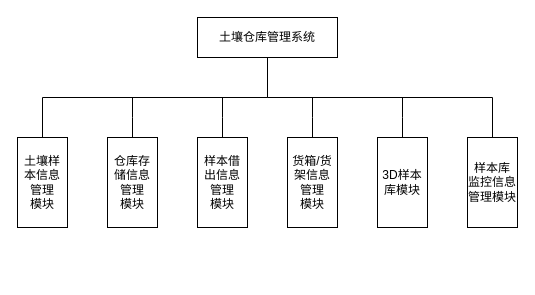
This is page "土壤样品库管理系统" (5 of 15) of DT-1.drawio from TeasusZt/DT-NEW, a draw.io file, before an edit. Source tidied: cells renumbered, new cells numbered last; positions are measured from the earlier drawing's top-left corner, leaving out a move shared by most shapes. Both pictures are drawn from the tidied source at 100%, with x=0, y=0 at pixel (17, 17).
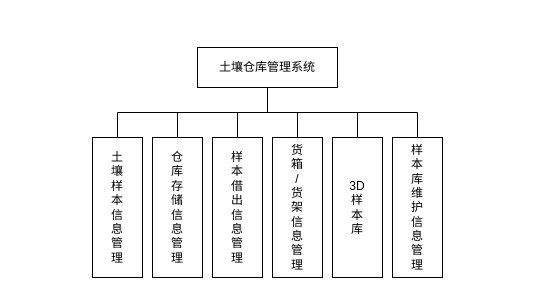
The same diagram, later.

What changed in the source:
```diff
@@
 <mxGraphModel>
   <root>
     <mxCell id="0" />
     <mxCell id="1" parent="0" />
-    <mxCell id="2" value="土壤样&lt;br&gt;本信息&lt;br&gt;管理&lt;br&gt;模块" style="rounded=0;whiteSpace=wrap;html=1;align=center;" parent="1" vertex="1">
-      <mxGeometry y="120" width="50" height="90" as="geometry" />
+    <mxCell id="2" value="土&lt;br&gt;壤&lt;br&gt;样&lt;br&gt;本&lt;br&gt;信&lt;br&gt;息&lt;br&gt;管&lt;br&gt;理" style="rounded=0;whiteSpace=wrap;html=1;align=center;" parent="1" vertex="1">
+      <mxGeometry x="75" y="120" width="50" height="140" as="geometry" />
     </mxCell>
-    <mxCell id="3" style="edgeStyle=orthogonalEdgeStyle;rounded=0;jettySize=auto;html=1;exitX=0.5;exitY=0;exitDx=0;exitDy=0;endArrow=none;endFill=0;" parent="1" edge="1" source="4">
-      <mxGeometry relative="1" as="geometry">
-        <mxPoint x="115" y="80" as="targetPoint" />
-      </mxGeometry>
-    </mxCell>
-    <mxCell id="4" value="仓库存&lt;br&gt;储信息&lt;br&gt;管理&lt;br&gt;模块" style="rounded=0;whiteSpace=wrap;html=1;align=center;" parent="1" vertex="1">
-      <mxGeometry x="90" y="120" width="50" height="90" as="geometry" />
+    <mxCell id="4" value="仓&lt;br&gt;库&lt;br&gt;存&lt;br&gt;储&lt;br&gt;信&lt;br&gt;息&lt;br&gt;管&lt;br&gt;理" style="rounded=0;whiteSpace=wrap;html=1;align=center;" parent="1" vertex="1">
+      <mxGeometry x="135" y="120" width="50" height="140" as="geometry" />
     </mxCell>
-    <mxCell id="5" style="edgeStyle=orthogonalEdgeStyle;rounded=0;jettySize=auto;html=1;exitX=0.5;exitY=0;exitDx=0;exitDy=0;endArrow=none;endFill=0;" parent="1" edge="1" source="6">
-      <mxGeometry relative="1" as="geometry">
-        <mxPoint x="205" y="80" as="targetPoint" />
-      </mxGeometry>
-    </mxCell>
-    <mxCell id="6" value="样本借&lt;br&gt;出信息&lt;br&gt;管理&lt;br&gt;模块" style="rounded=0;whiteSpace=wrap;html=1;align=center;" parent="1" vertex="1">
-      <mxGeometry x="180" y="120" width="50" height="90" as="geometry" />
+    <mxCell id="6" value="样&lt;br&gt;本&lt;br&gt;借&lt;br&gt;出&lt;br&gt;信&lt;br&gt;息&lt;br&gt;管&lt;br&gt;理" style="rounded=0;whiteSpace=wrap;html=1;align=center;" parent="1" vertex="1">
+      <mxGeometry x="195" y="120" width="50" height="140" as="geometry" />
     </mxCell>
-    <mxCell id="7" style="edgeStyle=orthogonalEdgeStyle;rounded=0;jettySize=auto;html=1;exitX=0.5;exitY=0;exitDx=0;exitDy=0;endArrow=none;endFill=0;" parent="1" edge="1" source="8">
-      <mxGeometry relative="1" as="geometry">
-        <mxPoint x="295" y="80" as="targetPoint" />
-      </mxGeometry>
-    </mxCell>
-    <mxCell id="8" value="货箱/货架信息&lt;br&gt;管理&lt;br&gt;模块" style="rounded=0;whiteSpace=wrap;html=1;align=center;" parent="1" vertex="1">
-      <mxGeometry x="270" y="120" width="50" height="90" as="geometry" />
+    <mxCell id="8" value="货&lt;br&gt;箱&lt;br&gt;/&lt;br&gt;货&lt;br&gt;架&lt;br&gt;信&lt;br&gt;息&lt;br&gt;管&lt;br&gt;理" style="rounded=0;whiteSpace=wrap;html=1;align=center;" parent="1" vertex="1">
+      <mxGeometry x="255" y="120" width="50" height="140" as="geometry" />
     </mxCell>
-    <mxCell id="9" style="edgeStyle=orthogonalEdgeStyle;rounded=0;jettySize=auto;html=1;exitX=0.5;exitY=0;exitDx=0;exitDy=0;endArrow=none;endFill=0;" parent="1" edge="1" source="10">
-      <mxGeometry relative="1" as="geometry">
-        <mxPoint x="385" y="80" as="targetPoint" />
-      </mxGeometry>
-    </mxCell>
-    <mxCell id="10" value="3D样本&lt;br&gt;库模块" style="rounded=0;whiteSpace=wrap;html=1;align=center;" parent="1" vertex="1">
-      <mxGeometry x="360" y="120" width="50" height="90" as="geometry" />
+    <mxCell id="10" value="3D&lt;br&gt;样&lt;br&gt;本&lt;br&gt;库" style="rounded=0;whiteSpace=wrap;html=1;align=center;" parent="1" vertex="1">
+      <mxGeometry x="315" y="120" width="50" height="140" as="geometry" />
     </mxCell>
-    <mxCell id="11" value="样本库&lt;br&gt;监控信息管理模块" style="rounded=0;whiteSpace=wrap;html=1;align=center;" parent="1" vertex="1">
-      <mxGeometry x="450" y="120" width="50" height="90" as="geometry" />
+    <mxCell id="11" value="样&lt;br&gt;本&lt;br&gt;库&lt;br&gt;维&lt;br&gt;护&lt;br&gt;信&lt;br&gt;息&lt;br&gt;管&lt;br&gt;理" style="rounded=0;whiteSpace=wrap;html=1;align=center;" parent="1" vertex="1">
+      <mxGeometry x="375" y="120" width="50" height="140" as="geometry" />
     </mxCell>
-    <mxCell id="12" style="edgeStyle=orthogonalEdgeStyle;rounded=0;jettySize=auto;html=1;exitX=0.5;exitY=1;exitDx=0;exitDy=0;entryX=0.5;entryY=0;entryDx=0;entryDy=0;endArrow=none;endFill=0;" parent="1" edge="1" source="14" target="2">
+    <mxCell id="12" style="edgeStyle=orthogonalEdgeStyle;rounded=0;jettySize=auto;html=1;exitX=0.5;exitY=1;exitDx=0;exitDy=0;entryX=0.5;entryY=0;entryDx=0;entryDy=0;fontSize=20;endArrow=none;endFill=0;" parent="1" edge="1" source="14" target="2">
       <mxGeometry relative="1" as="geometry" />
     </mxCell>
-    <mxCell id="13" style="edgeStyle=orthogonalEdgeStyle;rounded=0;jettySize=auto;html=1;exitX=0.5;exitY=1;exitDx=0;exitDy=0;entryX=0.5;entryY=0;entryDx=0;entryDy=0;endArrow=none;endFill=0;" parent="1" edge="1" source="14" target="11">
+    <mxCell id="13" style="edgeStyle=orthogonalEdgeStyle;rounded=0;jettySize=auto;html=1;exitX=0.5;exitY=1;exitDx=0;exitDy=0;entryX=0.5;entryY=0;entryDx=0;entryDy=0;endArrow=none;endFill=0;fontSize=20;" parent="1" edge="1" source="14" target="11">
       <mxGeometry relative="1" as="geometry" />
     </mxCell>
+    <mxCell id="15" style="edgeStyle=orthogonalEdgeStyle;rounded=0;jettySize=auto;html=1;exitX=0.5;exitY=1;exitDx=0;exitDy=0;endArrow=none;endFill=0;fontSize=20;" parent="1" edge="1" source="14" target="10">
+      <mxGeometry relative="1" as="geometry" />
+    </mxCell>
+    <mxCell id="16" style="edgeStyle=orthogonalEdgeStyle;rounded=0;jettySize=auto;html=1;exitX=0.5;exitY=1;exitDx=0;exitDy=0;entryX=0.5;entryY=0;entryDx=0;entryDy=0;endArrow=none;endFill=0;fontSize=20;" parent="1" edge="1" source="14" target="8">
+      <mxGeometry relative="1" as="geometry" />
+    </mxCell>
+    <mxCell id="17" style="edgeStyle=orthogonalEdgeStyle;rounded=0;jettySize=auto;html=1;exitX=0.5;exitY=1;exitDx=0;exitDy=0;entryX=0.5;entryY=0;entryDx=0;entryDy=0;endArrow=none;endFill=0;fontSize=20;" parent="1" edge="1" source="14" target="6">
+      <mxGeometry relative="1" as="geometry" />
+    </mxCell>
+    <mxCell id="18" style="edgeStyle=orthogonalEdgeStyle;rounded=0;jettySize=auto;html=1;exitX=0.5;exitY=1;exitDx=0;exitDy=0;entryX=0.5;entryY=0;entryDx=0;entryDy=0;endArrow=none;endFill=0;fontSize=20;" parent="1" edge="1" source="14" target="4">
+      <mxGeometry relative="1" as="geometry" />
+    </mxCell>
     <mxCell id="14" value="土壤仓库管理系统" style="rounded=0;whiteSpace=wrap;html=1;align=center;" parent="1" vertex="1">
-      <mxGeometry x="180" width="140" height="40" as="geometry" />
+      <mxGeometry x="180" y="30" width="140" height="40" as="geometry" />
     </mxCell>
   </root>
 </mxGraphModel>
```
